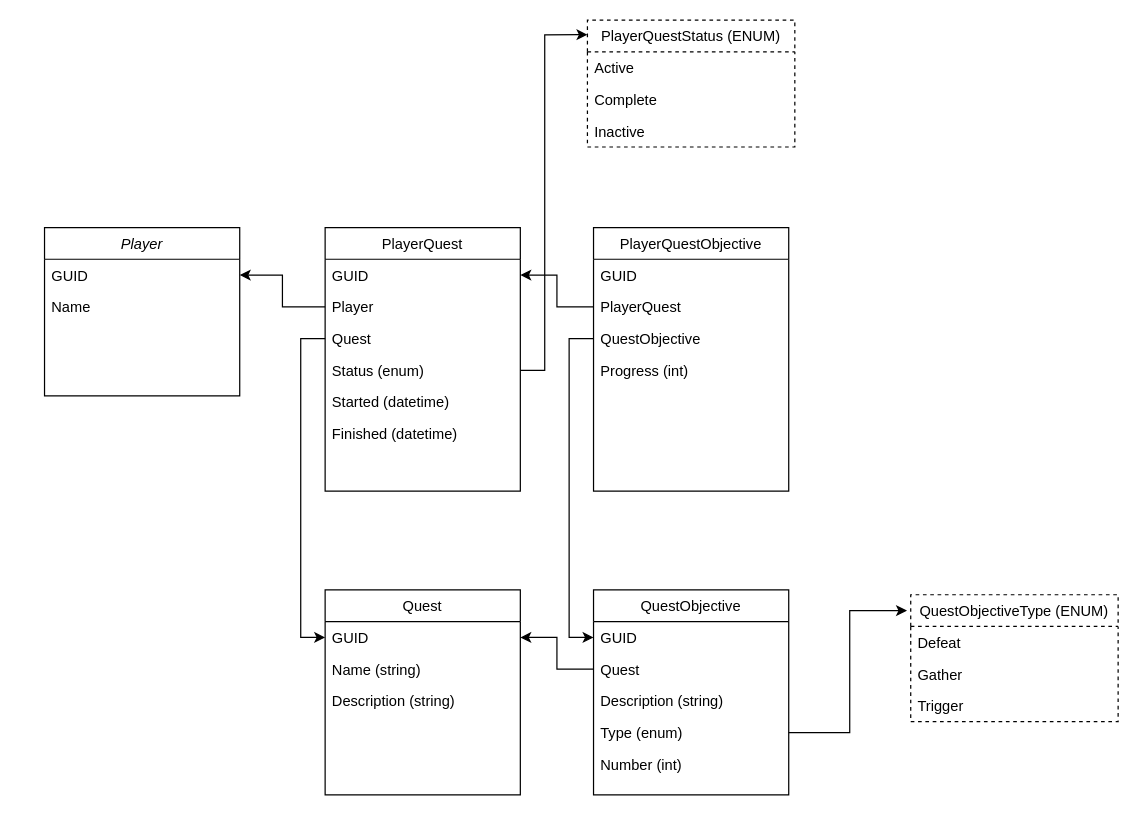
the-kings-man/Zeph keeps this draw.io diagram as page "Quests" (1 of 2) of ClassDiagram.drawio. Above is the earlier version. Source tidied: cells renumbered, new cells numbered last; positions are measured from the earlier drawing's top-left corner, leaving out a move shared by most shapes. Both pictures are drawn from the tidied source at 122%, with x=0, y=0 at pixel (44, 20).
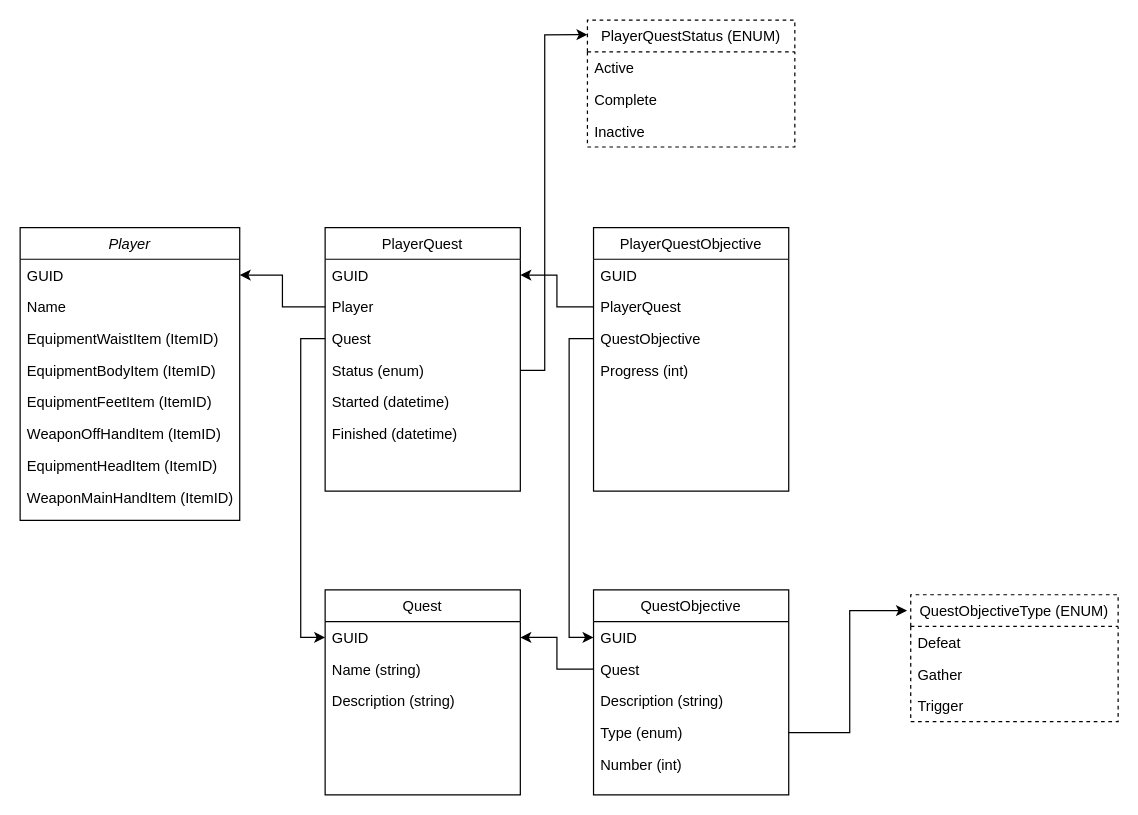
Above is the later version.

What changed in the source:
```diff
@@
     <mxCell id="2" value="Player" style="swimlane;fontStyle=2;align=center;verticalAlign=top;horizontal=1;startSize=26;rounded=0;shadow=0;strokeWidth=1;" parent="1" vertex="1">
-      <mxGeometry y="170" width="160" height="138" as="geometry" />
+      <mxGeometry x="-20" y="170" width="180" height="240" as="geometry" />
     </mxCell>
     <mxCell id="3" value="GUID" style="text;align=left;verticalAlign=top;spacingLeft=4;spacingRight=4;overflow=hidden;points=[[0,0.5],[1,0.5]];portConstraint=eastwest;" parent="2" vertex="1">
-      <mxGeometry y="26" width="160" height="26" as="geometry" />
+      <mxGeometry y="26" width="180" height="26" as="geometry" />
     </mxCell>
     <mxCell id="4" value="Name" style="text;align=left;verticalAlign=top;spacingLeft=4;spacingRight=4;overflow=hidden;" parent="2" vertex="1">
-      <mxGeometry y="52" width="160" height="26" as="geometry" />
+      <mxGeometry y="52" width="180" height="26" as="geometry" />
     </mxCell>
+    <mxCell id="42" value="EquipmentWaistItem (ItemID)" style="text;align=left;verticalAlign=top;spacingLeft=4;spacingRight=4;overflow=hidden;" parent="2" vertex="1">
+      <mxGeometry y="78" width="180" height="26" as="geometry" />
+    </mxCell>
+    <mxCell id="43" value="EquipmentBodyItem (ItemID)" style="text;align=left;verticalAlign=top;spacingLeft=4;spacingRight=4;overflow=hidden;" parent="2" vertex="1">
+      <mxGeometry y="104" width="180" height="26" as="geometry" />
+    </mxCell>
+    <mxCell id="44" value="EquipmentFeetItem (ItemID)" style="text;align=left;verticalAlign=top;spacingLeft=4;spacingRight=4;overflow=hidden;" parent="2" vertex="1">
+      <mxGeometry y="130" width="180" height="26" as="geometry" />
+    </mxCell>
+    <mxCell id="45" value="WeaponOffHandItem (ItemID)" style="text;align=left;verticalAlign=top;spacingLeft=4;spacingRight=4;overflow=hidden;" parent="2" vertex="1">
+      <mxGeometry y="156" width="180" height="26" as="geometry" />
+    </mxCell>
+    <mxCell id="46" value="EquipmentHeadItem (ItemID)" style="text;align=left;verticalAlign=top;spacingLeft=4;spacingRight=4;overflow=hidden;" parent="2" vertex="1">
+      <mxGeometry y="182" width="180" height="26" as="geometry" />
+    </mxCell>
+    <mxCell id="47" value="WeaponMainHandItem (ItemID)" style="text;align=left;verticalAlign=top;spacingLeft=4;spacingRight=4;overflow=hidden;" parent="2" vertex="1">
+      <mxGeometry y="208" width="180" height="26" as="geometry" />
+    </mxCell>
```
